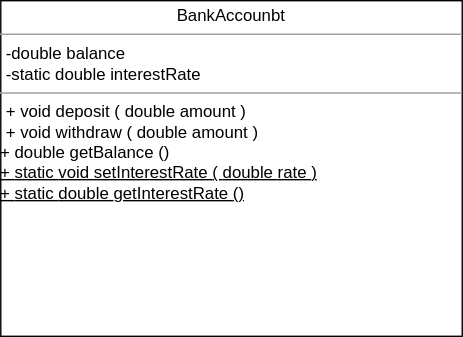
Above: diagrams/diag2.drawio.svg in Xurxo-ojea/diagramGit (draw.io), before the change. Source tidied: cells renumbered, new cells last; positions are measured from the earlier drawing's top-left corner, leaving out a move shared by most shapes.
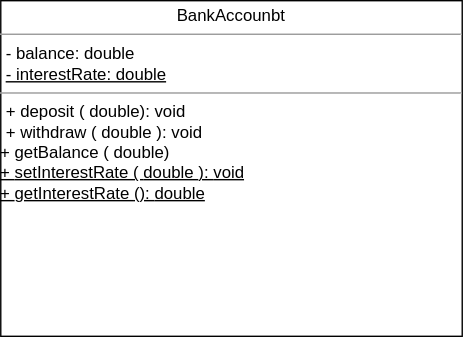
Later version of the same file.

Diff of the diagram source:
```diff
@@ -2,7 +2,7 @@
   <root>
     <mxCell id="0" />
     <mxCell id="1" parent="0" />
-    <mxCell id="2" value="&lt;p style=&quot;margin: 0px ; margin-top: 4px ; text-align: center&quot;&gt;BankAccounbt&lt;/p&gt;&lt;hr size=&quot;1&quot;&gt;&lt;p style=&quot;margin: 0px ; margin-left: 4px&quot;&gt;-double balance&lt;br&gt;-static double interestRate&lt;/p&gt;&lt;hr size=&quot;1&quot;&gt;&lt;p style=&quot;margin: 0px ; margin-left: 4px&quot;&gt;+&lt;span&gt;&#9;&lt;/span&gt;&lt;span class=&quot;pl-smi&quot;&gt;void&lt;/span&gt; &lt;span class=&quot;pl-en&quot;&gt;deposit&lt;/span&gt;(&lt;span class=&quot;pl-smi&quot;&gt;double&lt;/span&gt; &lt;span class=&quot;pl-s1&quot;&gt;amount&lt;/span&gt;)&lt;br&gt;&lt;span class=&quot;pl-k&quot;&gt;+&lt;span&gt;&#9;&lt;/span&gt;&amp;nbsp;&lt;/span&gt;&lt;span class=&quot;pl-smi&quot;&gt;void&lt;/span&gt; &lt;span class=&quot;pl-en&quot;&gt;withdraw&lt;/span&gt;(&lt;span class=&quot;pl-smi&quot;&gt;double&lt;/span&gt; &lt;span class=&quot;pl-s1&quot;&gt;amount&lt;/span&gt;)&lt;span&gt;&amp;nbsp;&amp;nbsp;&lt;/span&gt;&lt;/p&gt;&lt;span class=&quot;pl-k&quot;&gt;+&lt;span&gt;&#9;&lt;/span&gt;&lt;/span&gt;&lt;span class=&quot;pl-smi&quot;&gt;double&lt;/span&gt; &lt;span class=&quot;pl-en&quot;&gt;getBalance&lt;/span&gt;()&lt;br&gt;&lt;u&gt;&lt;span class=&quot;pl-k&quot;&gt;+&lt;span&gt;&#9;&lt;/span&gt;&lt;/span&gt;&lt;span class=&quot;pl-k&quot;&gt;static&lt;/span&gt; &lt;span class=&quot;pl-smi&quot;&gt;void&lt;/span&gt; &lt;span class=&quot;pl-en&quot;&gt;setInterestRate&lt;/span&gt;(&lt;span class=&quot;pl-smi&quot;&gt;double&lt;/span&gt; &lt;span class=&quot;pl-s1&quot;&gt;rate&lt;/span&gt;)&lt;/u&gt;&lt;br&gt;&lt;u&gt;+&lt;span class=&quot;pl-k&quot;&gt;static&lt;/span&gt; &lt;span class=&quot;pl-smi&quot;&gt;double&lt;/span&gt; &lt;span class=&quot;pl-en&quot;&gt;getInterestRate&lt;/span&gt;()&lt;br&gt;&lt;/u&gt;&lt;p style=&quot;margin: 0px ; margin-left: 4px&quot;&gt;&lt;br&gt;&lt;/p&gt;" style="verticalAlign=top;align=left;overflow=fill;fontSize=12;fontFamily=Helvetica;html=1;" parent="1" vertex="1">
+    <mxCell id="2" value="&lt;p style=&quot;margin: 0px ; margin-top: 4px ; text-align: center&quot;&gt;BankAccounbt&lt;/p&gt;&lt;hr size=&quot;1&quot;&gt;&lt;p style=&quot;margin: 0px ; margin-left: 4px&quot;&gt;- balance: double&lt;br&gt;&lt;u&gt;&amp;nbsp;- interestRate: double&lt;/u&gt;&lt;/p&gt;&lt;hr size=&quot;1&quot;&gt;&lt;p style=&quot;margin: 0px ; margin-left: 4px&quot;&gt;+&lt;span&gt;&#9;&lt;/span&gt;&lt;span class=&quot;pl-en&quot;&gt;deposit&lt;/span&gt;(&lt;span class=&quot;pl-smi&quot;&gt;double):&lt;/span&gt;&lt;span class=&quot;pl-smi&quot;&gt;void&lt;/span&gt;&amp;nbsp;&lt;br&gt;&lt;span class=&quot;pl-k&quot;&gt;+&lt;span&gt;&#9;&lt;/span&gt;&amp;nbsp;&lt;/span&gt;&lt;span class=&quot;pl-en&quot;&gt;withdraw&lt;/span&gt;(&lt;span class=&quot;pl-smi&quot;&gt;double&lt;/span&gt;):&lt;span&gt;&amp;nbsp;void&lt;/span&gt;&lt;/p&gt;&lt;span class=&quot;pl-k&quot;&gt;+&lt;span&gt;&#9;&lt;/span&gt;&lt;/span&gt;&lt;span class=&quot;pl-en&quot;&gt;getBalance&lt;/span&gt;(&lt;span class=&quot;pl-smi&quot;&gt;double)&lt;/span&gt;&lt;br&gt;&lt;u&gt;&lt;span class=&quot;pl-k&quot;&gt;+&lt;span&gt;&#9;&lt;/span&gt;&lt;/span&gt;&lt;span class=&quot;pl-en&quot;&gt;setInterestRate&lt;/span&gt;(&lt;span class=&quot;pl-smi&quot;&gt;double&lt;/span&gt;):&lt;/u&gt;&lt;u&gt;&lt;span class=&quot;pl-smi&quot;&gt;void&lt;/span&gt;&amp;nbsp;&lt;/u&gt;&lt;br&gt;&lt;u&gt;+&lt;span class=&quot;pl-en&quot;&gt;getInterestRate&lt;/span&gt;():&lt;/u&gt;&lt;u&gt;&lt;span class=&quot;pl-smi&quot;&gt;double&lt;/span&gt;&lt;/u&gt;&lt;u&gt;&lt;br&gt;&lt;/u&gt;&lt;p style=&quot;margin: 0px ; margin-left: 4px&quot;&gt;&lt;br&gt;&lt;/p&gt;" style="verticalAlign=top;align=left;overflow=fill;fontSize=12;fontFamily=Helvetica;html=1;" parent="1" vertex="1">
       <mxGeometry width="330" height="240" as="geometry" />
     </mxCell>
   </root>
```
